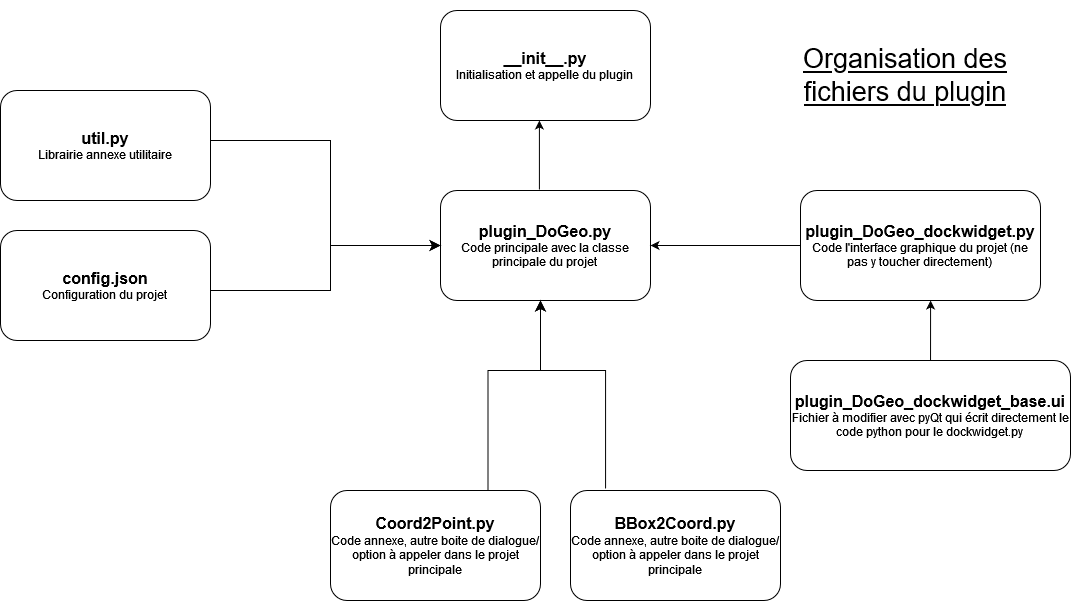
Before: Diag_act_plugin_general.drawio.png, a diagram exported from draw.io (leonielrx/ProjetInfo_DoGeo). Source tidied: cells renumbered, new cells last; positions are measured from the earlier drawing's top-left corner, leaving out a move shared by most shapes.
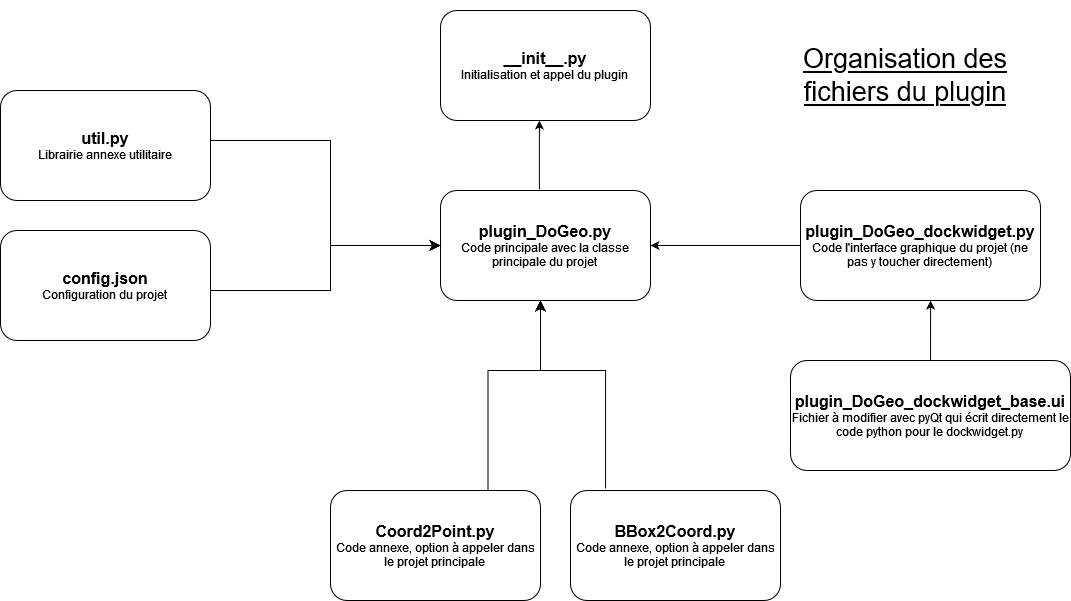
The same diagram one commit later.

Commit message:
Mettre à jour Diag_act_plugin_general.drawio.png

What changed in the source:
```diff
@@ -8,7 +8,7 @@
     <mxCell id="3" value="&lt;div&gt;&lt;b&gt;&lt;font style=&quot;font-size: 16px;&quot;&gt;plugin_DoGeo.py&lt;/font&gt;&lt;/b&gt;&lt;/div&gt;&lt;div&gt;Code principale avec la classe principale du projet&lt;br&gt;&lt;/div&gt;" style="rounded=1;whiteSpace=wrap;html=1;" parent="1" vertex="1">
       <mxGeometry x="440" y="190" width="210" height="110" as="geometry" />
     </mxCell>
-    <mxCell id="4" value="&lt;div&gt;&lt;b&gt;&lt;font style=&quot;font-size: 16px;&quot;&gt;__init__.py&lt;/font&gt;&lt;/b&gt;&lt;/div&gt;&lt;div&gt;Initialisation et appelle du plugin&lt;br&gt;&lt;/div&gt;" style="rounded=1;whiteSpace=wrap;html=1;" parent="1" vertex="1">
+    <mxCell id="4" value="&lt;div&gt;&lt;b&gt;&lt;font style=&quot;font-size: 16px;&quot;&gt;__init__.py&lt;/font&gt;&lt;/b&gt;&lt;/div&gt;&lt;div&gt;Initialisation et appel du plugin&lt;br&gt;&lt;/div&gt;" style="rounded=1;whiteSpace=wrap;html=1;" parent="1" vertex="1">
       <mxGeometry x="440" y="10" width="210" height="110" as="geometry" />
     </mxCell>
     <mxCell id="5" style="endArrow=classic;html=1;rounded=0;exitX=0.471;exitY=-0.009;exitDx=0;exitDy=0;exitPerimeter=0;entryX=0.471;entryY=1;entryDx=0;entryDy=0;entryPerimeter=0;" parent="1" edge="1" source="3" target="4">
@@ -23,10 +23,10 @@
     <mxCell id="8" style="endArrow=classic;html=1;rounded=0;entryX=0.542;entryY=1;entryDx=0;entryDy=0;entryPerimeter=0;" parent="1" edge="1" source="7" target="6">
       <mxGeometry relative="1" as="geometry" />
     </mxCell>
-    <mxCell id="9" value="&lt;div&gt;&lt;b&gt;&lt;font style=&quot;font-size: 16px;&quot;&gt;Coord2Point.py&lt;/font&gt;&lt;/b&gt;&lt;/div&gt;&lt;div&gt;Code annexe, autre boite de dialogue/option à appeler dans le projet principale&lt;br&gt;&lt;/div&gt;" style="rounded=1;whiteSpace=wrap;html=1;" parent="1" vertex="1">
+    <mxCell id="9" value="&lt;div&gt;&lt;b&gt;&lt;font style=&quot;font-size: 16px;&quot;&gt;Coord2Point.py&lt;/font&gt;&lt;/b&gt;&lt;/div&gt;&lt;div&gt;Code annexe, option à appeler dans le projet principale&lt;br&gt;&lt;/div&gt;" style="rounded=1;whiteSpace=wrap;html=1;" parent="1" vertex="1">
       <mxGeometry x="330" y="490" width="210" height="110" as="geometry" />
     </mxCell>
-    <mxCell id="10" value="&lt;div&gt;&lt;b&gt;&lt;font style=&quot;font-size: 16px;&quot;&gt;BBox2Coord.py&lt;/font&gt;&lt;/b&gt;&lt;/div&gt;&lt;div&gt;Code annexe, autre boite de dialogue/option à appeler dans le projet principale&lt;br&gt;&lt;/div&gt;" style="rounded=1;whiteSpace=wrap;html=1;" parent="1" vertex="1">
+    <mxCell id="10" value="&lt;div&gt;&lt;b&gt;&lt;font style=&quot;font-size: 16px;&quot;&gt;BBox2Coord.py&lt;/font&gt;&lt;/b&gt;&lt;/div&gt;&lt;div&gt;Code annexe, option à appeler dans le projet principale&lt;br&gt;&lt;/div&gt;" style="rounded=1;whiteSpace=wrap;html=1;" parent="1" vertex="1">
       <mxGeometry x="570" y="490" width="210" height="110" as="geometry" />
     </mxCell>
     <mxCell id="11" style="edgeStyle=elbowEdgeStyle;elbow=vertical;endArrow=classic;html=1;curved=0;rounded=0;endSize=8;startSize=8;exitX=0.75;exitY=0;exitDx=0;exitDy=0;" parent="1" edge="1" source="9">
```
